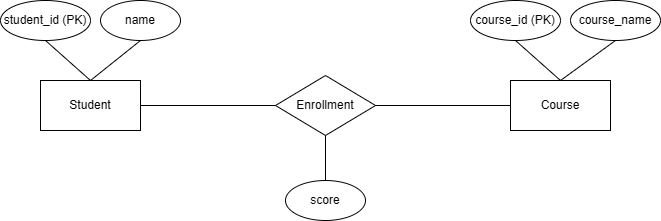
Before: Week3/stu_course_er.drawio.png, a diagram exported from draw.io (liangxiaoisme/MSE800). Source tidied: cells renumbered, new cells last; positions are measured from the earlier drawing's top-left corner, leaving out a move shared by most shapes.
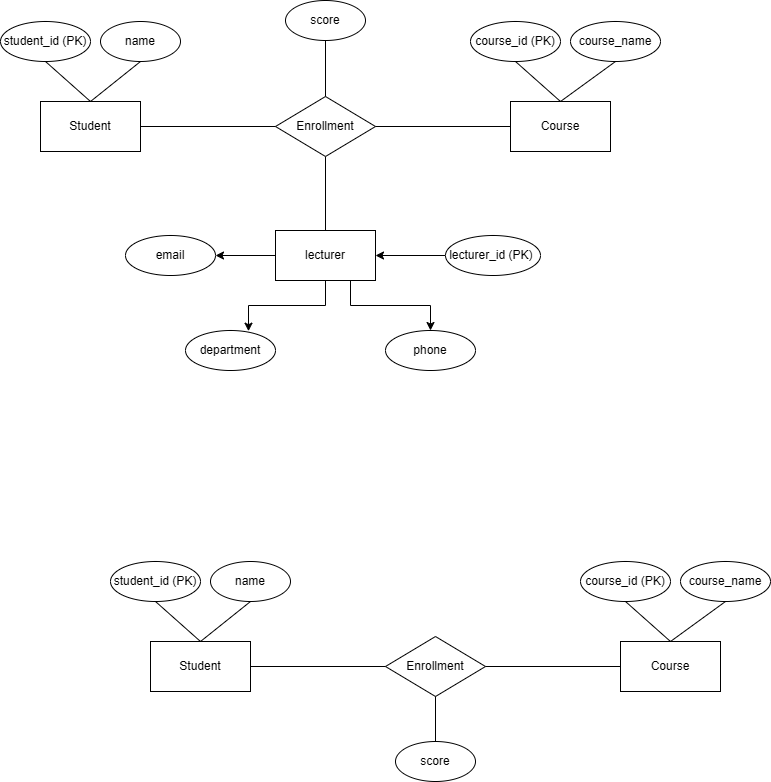
Above is the later version.

The edit, as a diff of the source:
```diff
@@ -20,11 +20,19 @@
     <mxCell id="7" value="course_name" style="ellipse;whiteSpace=wrap;html=1;" parent="1" vertex="1">
       <mxGeometry x="570" width="90" height="40" as="geometry" />
     </mxCell>
+    <mxCell id="17" style="edgeStyle=orthogonalEdgeStyle;rounded=0;jettySize=auto;html=1;endArrow=none;endFill=0;" parent="1" edge="1" source="8">
+      <mxGeometry relative="1" as="geometry">
+        <mxPoint x="325" y="209" as="targetPoint" />
+      </mxGeometry>
+    </mxCell>
     <mxCell id="8" value="Enrollment" style="rhombus;whiteSpace=wrap;html=1;" parent="1" vertex="1">
       <mxGeometry x="275" y="75" width="100" height="60" as="geometry" />
     </mxCell>
+    <mxCell id="18" style="edgeStyle=orthogonalEdgeStyle;rounded=0;jettySize=auto;html=1;exitX=0.5;exitY=1;exitDx=0;exitDy=0;entryX=0.5;entryY=0;entryDx=0;entryDy=0;endArrow=none;endFill=0;" parent="1" edge="1" source="9" target="8">
+      <mxGeometry relative="1" as="geometry" />
+    </mxCell>
     <mxCell id="9" value="score" style="ellipse;whiteSpace=wrap;html=1;" parent="1" vertex="1">
-      <mxGeometry x="285" y="180" width="80" height="40" as="geometry" />
+      <mxGeometry x="285" y="-21" width="80" height="40" as="geometry" />
     </mxCell>
     <mxCell id="10" style="endArrow=none;html=1;rounded=0;exitX=0.5;exitY=0;exitDx=0;exitDy=0;entryX=0.5;entryY=1;entryDx=0;entryDy=0;" parent="1" edge="1" source="2" target="3">
       <mxGeometry relative="1" as="geometry" />
@@ -44,8 +52,77 @@
     <mxCell id="15" style="endArrow=none;html=1;rounded=0;exitX=0;exitY=0.5;exitDx=0;exitDy=0;entryX=1;entryY=0.5;entryDx=0;entryDy=0;" parent="1" edge="1" source="5" target="8">
       <mxGeometry relative="1" as="geometry" />
     </mxCell>
-    <mxCell id="16" style="endArrow=none;html=1;rounded=0;exitX=0.5;exitY=1;exitDx=0;exitDy=0;entryX=0.5;entryY=0;entryDx=0;entryDy=0;" parent="1" edge="1" source="8" target="9">
-      <mxGeometry relative="1" as="geometry" />
-    </mxCell>
+    <mxCell id="19" style="edgeStyle=orthogonalEdgeStyle;rounded=0;jettySize=auto;html=1;exitX=0.75;exitY=1;exitDx=0;exitDy=0;entryX=0.5;entryY=0;entryDx=0;entryDy=0;" parent="1" edge="1" source="21" target="25">
+      <mxGeometry relative="1" as="geometry" />
+    </mxCell>
+    <mxCell id="20" style="edgeStyle=orthogonalEdgeStyle;rounded=0;jettySize=auto;html=1;exitX=0;exitY=0.5;exitDx=0;exitDy=0;entryX=1;entryY=0.5;entryDx=0;entryDy=0;" parent="1" edge="1" source="21" target="24">
+      <mxGeometry relative="1" as="geometry" />
+    </mxCell>
+    <mxCell id="21" value="lecturer" style="rounded=0;whiteSpace=wrap;html=1;" parent="1" vertex="1">
+      <mxGeometry x="275" y="209" width="100" height="50" as="geometry" />
+    </mxCell>
+    <mxCell id="22" style="edgeStyle=orthogonalEdgeStyle;rounded=0;jettySize=auto;html=1;" parent="1" edge="1" source="23" target="21">
+      <mxGeometry relative="1" as="geometry" />
+    </mxCell>
+    <mxCell id="23" value="lecturer_id (PK)&amp;nbsp;" style="ellipse;whiteSpace=wrap;html=1;" parent="1" vertex="1">
+      <mxGeometry x="445" y="214" width="95" height="40" as="geometry" />
+    </mxCell>
+    <mxCell id="24" value="email" style="ellipse;whiteSpace=wrap;html=1;" parent="1" vertex="1">
+      <mxGeometry x="125" y="214" width="90" height="40" as="geometry" />
+    </mxCell>
+    <mxCell id="25" value="phone" style="ellipse;whiteSpace=wrap;html=1;" parent="1" vertex="1">
+      <mxGeometry x="385" y="309" width="90" height="40" as="geometry" />
+    </mxCell>
+    <mxCell id="26" value="department" style="ellipse;whiteSpace=wrap;html=1;" parent="1" vertex="1">
+      <mxGeometry x="185" y="309" width="90" height="40" as="geometry" />
+    </mxCell>
+    <mxCell id="27" style="edgeStyle=orthogonalEdgeStyle;rounded=0;jettySize=auto;html=1;exitX=0.5;exitY=1;exitDx=0;exitDy=0;entryX=0.7;entryY=0.017;entryDx=0;entryDy=0;entryPerimeter=0;" parent="1" edge="1" source="21" target="26">
+      <mxGeometry relative="1" as="geometry" />
+    </mxCell>
+    <mxCell id="28" value="Student" style="rounded=0;whiteSpace=wrap;html=1;" parent="1" vertex="1">
+      <mxGeometry x="150" y="620" width="100" height="50" as="geometry" />
+    </mxCell>
+    <mxCell id="29" value="student_id (PK)" style="ellipse;whiteSpace=wrap;html=1;" parent="1" vertex="1">
+      <mxGeometry x="110" y="540" width="90" height="40" as="geometry" />
+    </mxCell>
+    <mxCell id="30" value="name" style="ellipse;whiteSpace=wrap;html=1;" parent="1" vertex="1">
+      <mxGeometry x="210" y="540" width="80" height="40" as="geometry" />
+    </mxCell>
+    <mxCell id="31" value="Course" style="rounded=0;whiteSpace=wrap;html=1;" parent="1" vertex="1">
+      <mxGeometry x="620" y="620" width="100" height="50" as="geometry" />
+    </mxCell>
+    <mxCell id="32" value="course_id (PK)" style="ellipse;whiteSpace=wrap;html=1;" parent="1" vertex="1">
+      <mxGeometry x="580" y="540" width="90" height="40" as="geometry" />
+    </mxCell>
+    <mxCell id="33" value="course_name" style="ellipse;whiteSpace=wrap;html=1;" parent="1" vertex="1">
+      <mxGeometry x="680" y="540" width="90" height="40" as="geometry" />
+    </mxCell>
+    <mxCell id="34" value="Enrollment" style="rhombus;whiteSpace=wrap;html=1;" parent="1" vertex="1">
+      <mxGeometry x="385" y="615" width="100" height="60" as="geometry" />
+    </mxCell>
+    <mxCell id="35" value="score" style="ellipse;whiteSpace=wrap;html=1;" parent="1" vertex="1">
+      <mxGeometry x="395" y="720" width="80" height="40" as="geometry" />
+    </mxCell>
+    <mxCell id="36" style="endArrow=none;html=1;rounded=0;exitX=0.5;exitY=0;exitDx=0;exitDy=0;entryX=0.5;entryY=1;entryDx=0;entryDy=0;" parent="1" edge="1" source="28" target="29">
+      <mxGeometry relative="1" as="geometry" />
+    </mxCell>
+    <mxCell id="37" style="endArrow=none;html=1;rounded=0;exitX=0.5;exitY=0;exitDx=0;exitDy=0;entryX=0.5;entryY=1;entryDx=0;entryDy=0;" parent="1" edge="1" source="28" target="30">
+      <mxGeometry relative="1" as="geometry" />
+    </mxCell>
+    <mxCell id="38" style="endArrow=none;html=1;rounded=0;exitX=0.5;exitY=0;exitDx=0;exitDy=0;entryX=0.5;entryY=1;entryDx=0;entryDy=0;" parent="1" edge="1" source="31" target="32">
+      <mxGeometry relative="1" as="geometry" />
+    </mxCell>
+    <mxCell id="39" style="endArrow=none;html=1;rounded=0;exitX=0.5;exitY=0;exitDx=0;exitDy=0;entryX=0.5;entryY=1;entryDx=0;entryDy=0;" parent="1" edge="1" source="31" target="33">
+      <mxGeometry relative="1" as="geometry" />
+    </mxCell>
+    <mxCell id="40" style="endArrow=none;html=1;rounded=0;exitX=1;exitY=0.5;exitDx=0;exitDy=0;entryX=0;entryY=0.5;entryDx=0;entryDy=0;" parent="1" edge="1" source="28" target="34">
+      <mxGeometry relative="1" as="geometry" />
+    </mxCell>
+    <mxCell id="41" style="endArrow=none;html=1;rounded=0;exitX=0;exitY=0.5;exitDx=0;exitDy=0;entryX=1;entryY=0.5;entryDx=0;entryDy=0;" parent="1" edge="1" source="31" target="34">
+      <mxGeometry relative="1" as="geometry" />
+    </mxCell>
+    <mxCell id="42" style="endArrow=none;html=1;rounded=0;exitX=0.5;exitY=1;exitDx=0;exitDy=0;entryX=0.5;entryY=0;entryDx=0;entryDy=0;" parent="1" edge="1" source="34" target="35">
+      <mxGeometry relative="1" as="geometry" />
+    </mxCell>
   </root>
 </mxGraphModel>
```
